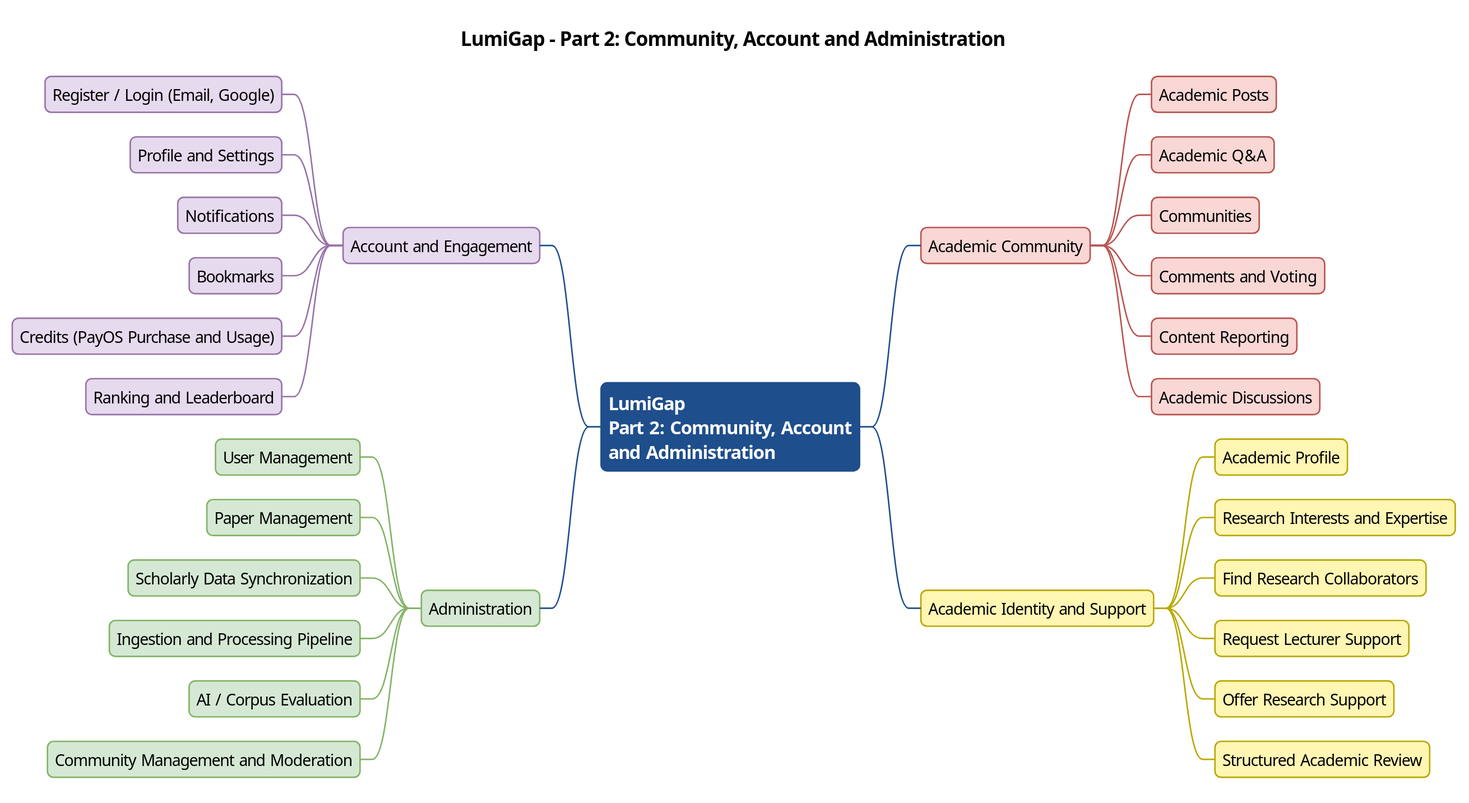
This is docs/diagrams/report1/R1_FeatureMap_Part2_Community.svg from Khoa-Hoa-Technology-Solution-Company/lumi-gap, a PlantUML export, as it was before one commit. The source it was exported from:
```plantuml
@startmindmap
!pragma layout smetana
skinparam dpi 150
skinparam defaultFontName "Segoe UI"
skinparam defaultFontSize 13
skinparam shadowing false
skinparam roundCorner 10
skinparam ArrowColor #4A5A6A
skinparam ArrowThickness 1.2
skinparam BorderColor #2F6DB5
skinparam BackgroundColor #FFFFFF
skinparam TitleFontSize 16
skinparam TitleFontStyle bold
<style>
mindmapDiagram {
  node { FontSize 13
    RoundCorner 10
    LineThickness 1.2
    Padding 6
    MaximumWidth 260 }
  :depth(0) { BackgroundColor #1F4E8C
    FontColor #FFFFFF
    LineColor #1F4E8C
    FontStyle bold
    FontSize 15 }
  .g1 { BackgroundColor #DCE8F6
    LineColor #2F6DB5 }
  .g2 { BackgroundColor #F8D7D5
    LineColor #B85450 }
  .g3 { BackgroundColor #DDEFC4
    LineColor #6A8F00 }
  .g4 { BackgroundColor #FFE6CC
    LineColor #D79B00 }
  .g5 { BackgroundColor #F8D7D5
    LineColor #B85450 }
  .g6 { BackgroundColor #FFF6B3
    LineColor #B8A800 }
  .g7 { BackgroundColor #E6DAEE
    LineColor #9673A6 }
  .g8 { BackgroundColor #D5E8D4
    LineColor #82B366 }
  .new { BackgroundColor #FFD54F
    LineColor #C0392B
    LineThickness 3
    FontStyle bold }
}
</style>
title LumiGap - Part 2: Community, Account and Administration
* LumiGap\nPart 2: Community, Account\nand Administration
** Academic Community <<g5>>
*** Academic Posts <<g5>>
*** Academic Q&A <<g5>>
*** Communities <<g5>>
*** Comments and Voting <<g5>>
*** Content Reporting <<g5>>
*** Academic Discussions <<g5>>
** Academic Identity and Support <<g6>>
*** Academic Profile <<g6>>
*** Research Interests and Expertise <<g6>>
*** Find Research Collaborators <<g6>>
*** Request Lecturer Support <<g6>>
*** Offer Research Support <<g6>>
*** Structured Academic Review <<g6>>
left side
** Account and Engagement <<g7>>
*** Register / Login (Email, Google) <<g7>>
*** Profile and Settings <<g7>>
*** Notifications <<g7>>
*** Bookmarks <<g7>>
*** Credits (PayOS Purchase and Usage) <<g7>>
*** Ranking and Leaderboard <<g7>>
** Administration <<g8>>
*** User Management <<g8>>
*** Paper Management <<g8>>
*** Scholarly Data Synchronization <<g8>>
*** Ingestion and Processing Pipeline <<g8>>
*** AI / Corpus Evaluation <<g8>>
*** Community Management and Moderation <<g8>>
@endmindmap
```
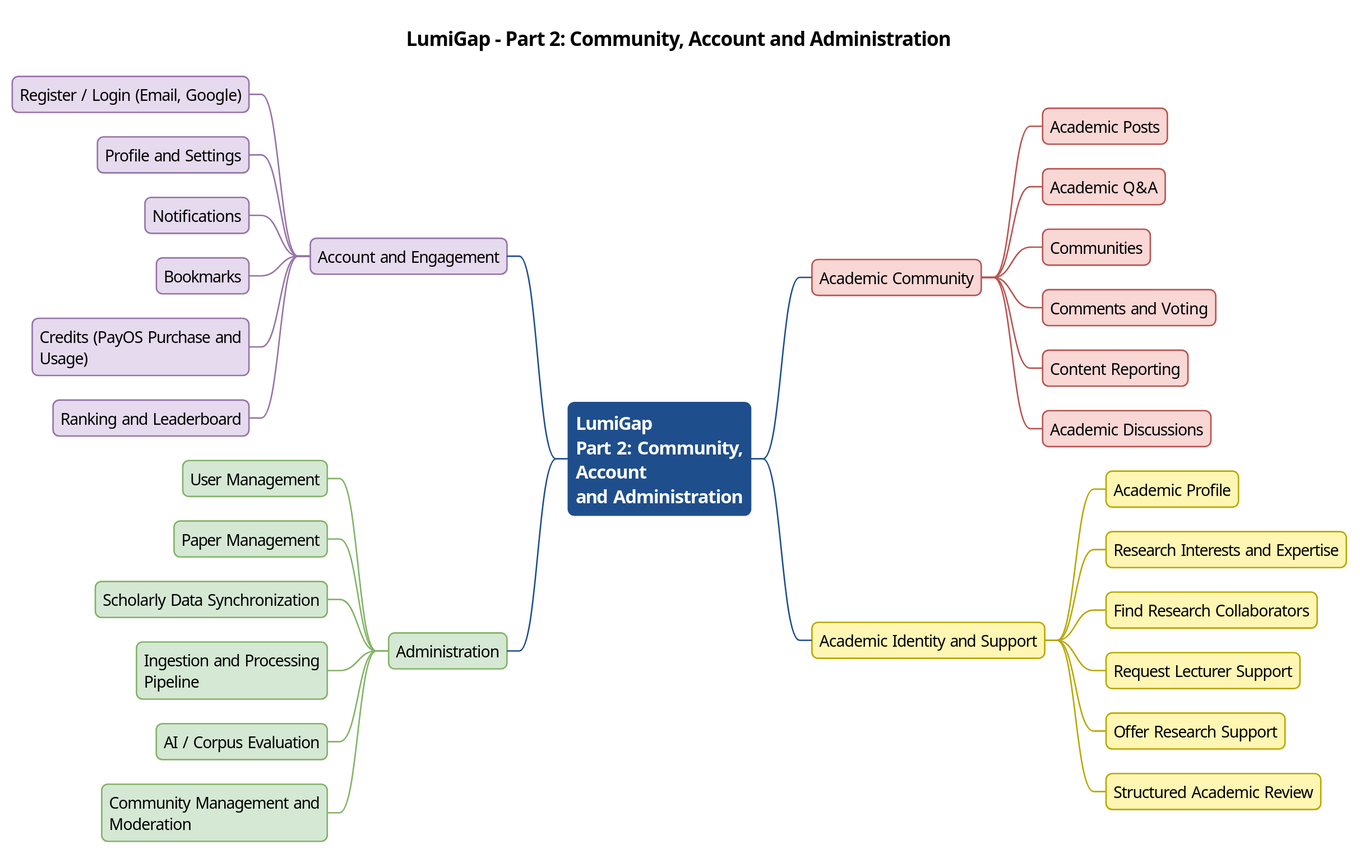
Later version of the same file.

Diff of the diagram source:
```diff
@@ -17,7 +17,7 @@
     RoundCorner 10
     LineThickness 1.2
     Padding 6
-    MaximumWidth 260 }
+    MaximumWidth 190 }
   :depth(0) { BackgroundColor #1F4E8C
     FontColor #FFFFFF
     LineColor #1F4E8C
```
